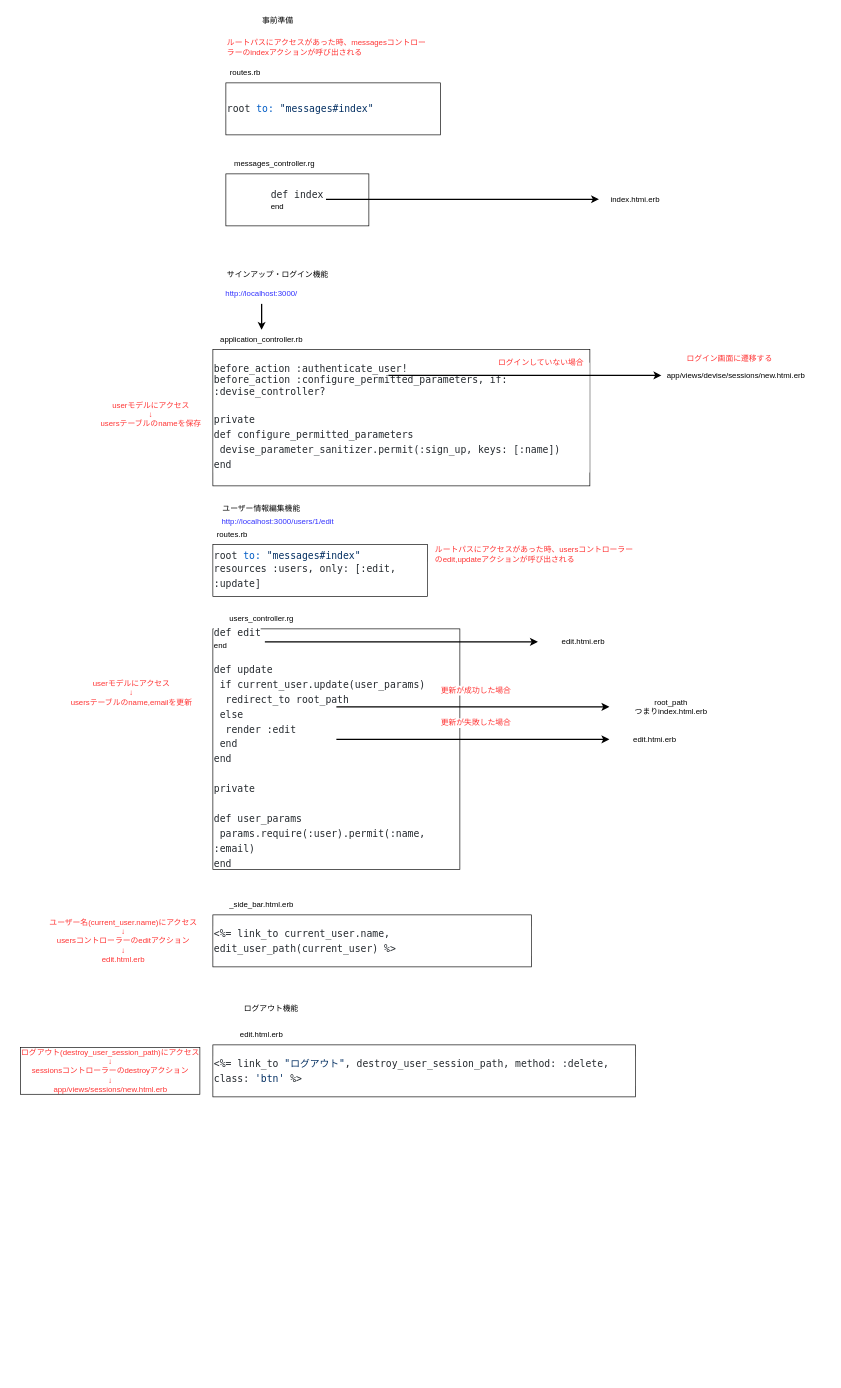
The draw.io diagram .dio in naoto7010code/chat-app3, before the edit. Source tidied: cells renumbered, new cells numbered last; positions are measured from the earlier drawing's top-left corner, leaving out a move shared by most shapes. Both pictures are drawn from the tidied source at 65%, with x=0, y=0 at pixel (11, 11).
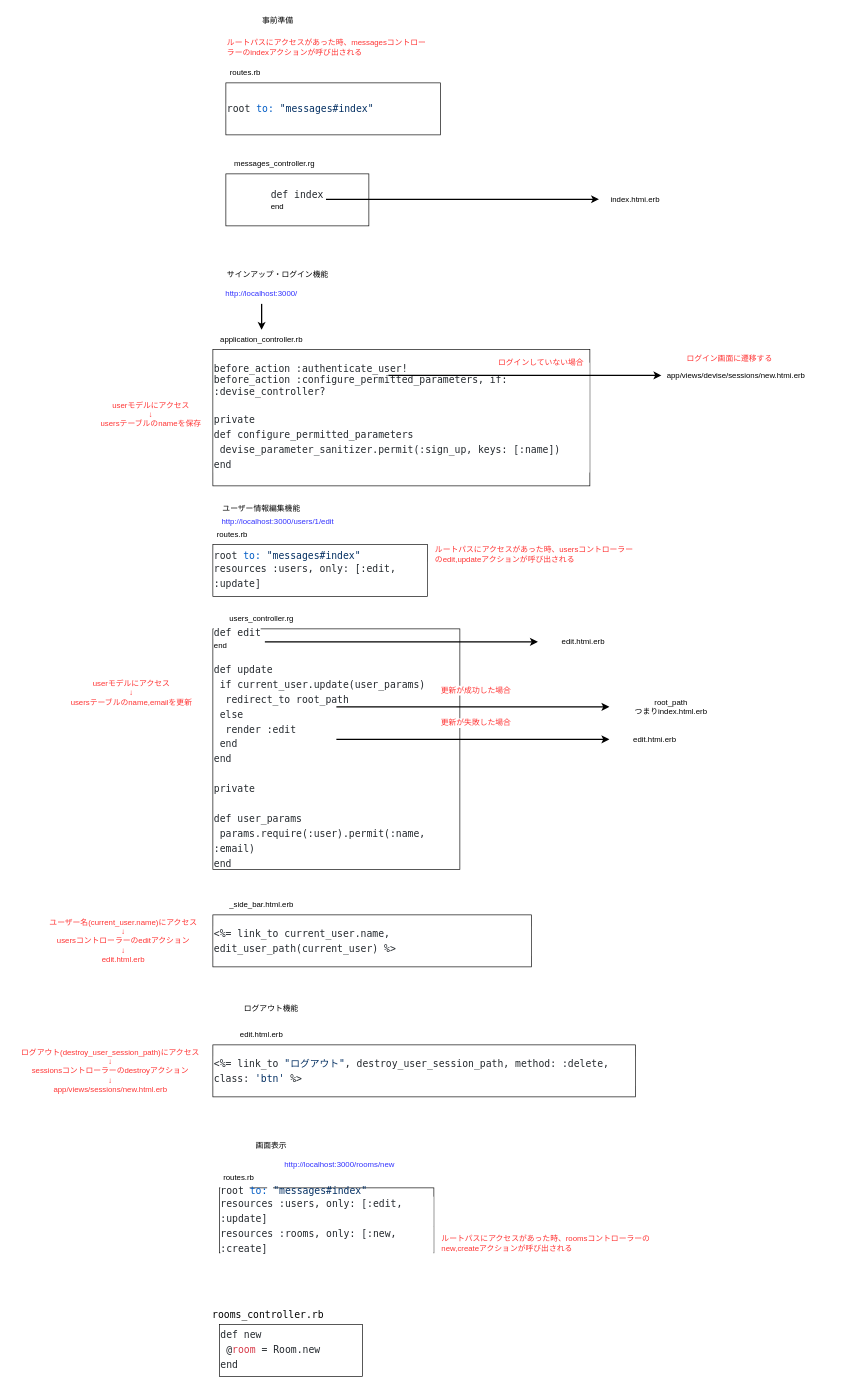
After the change.

Change to the diagram source:
```diff
@@
-    <mxCell id="38" value="ユーザー名(current_user.name)にアクセス&lt;br&gt;↓&lt;br&gt;usersコントローラーのeditアクション&lt;br&gt;↓&lt;br&gt;edit.html.erb" style="text;html=1;strokeColor=none;fillColor=none;align=center;verticalAlign=middle;whiteSpace=wrap;rounded=0;fontColor=#FF3333;labelBackgroundColor=default;" parent="1" vertex="1">
+    <mxCell id="38" value="ユーザー名(current_user.name)にアクセス&lt;br&gt;↓&lt;br&gt;usersコントローラーのeditアクション&lt;br&gt;↓&lt;br&gt;edit.html.erb" style="text;html=1;strokeColor=none;fillColor=none;align=center;verticalAlign=middle;whiteSpace=wrap;rounded=0;fontColor=#FF3333;labelBackgroundColor=none;" parent="1" vertex="1">
       <mxGeometry x="35" y="1380" width="275" height="100" as="geometry" />
     </mxCell>
@@
-    <mxCell id="42" value="ログアウト(destroy_user_session_path)にアクセス&lt;br&gt;↓&lt;br&gt;sessionsコントローラーのdestroyアクション&lt;br&gt;↓&lt;br&gt;app/views/sessions/new.html.erb" style="text;html=1;strokeColor=none;fillColor=none;align=center;verticalAlign=middle;whiteSpace=wrap;rounded=0;fontColor=#FF3333;labelBackgroundColor=default;labelBorderColor=default;" parent="1" vertex="1">
+    <mxCell id="42" value="ログアウト(destroy_user_session_path)にアクセス&lt;br&gt;↓&lt;br&gt;sessionsコントローラーのdestroyアクション&lt;br&gt;↓&lt;br&gt;app/views/sessions/new.html.erb" style="text;html=1;strokeColor=none;fillColor=none;align=center;verticalAlign=middle;whiteSpace=wrap;rounded=0;fontColor=#FF3333;labelBackgroundColor=none;labelBorderColor=none;" parent="1" vertex="1">
       <mxGeometry y="1580" width="305" height="100" as="geometry" />
     </mxCell>
+    <mxCell id="43" value="画面表示" style="text;html=1;strokeColor=none;fillColor=none;align=center;verticalAlign=middle;whiteSpace=wrap;rounded=0;" parent="1" vertex="1">
+      <mxGeometry x="310" y="1730" width="180" height="30" as="geometry" />
+    </mxCell>
+    <mxCell id="44" value="&lt;span style=&quot;background-color: rgb(255 , 255 , 255) ; color: rgb(36 , 41 , 46) ; font-family: &amp;#34;ricty diminished&amp;#34; , &amp;#34;menlo&amp;#34; , &amp;#34;monaco&amp;#34; , &amp;#34;courier new&amp;#34; , monospace ; font-size: 15px&quot;&gt;root &lt;/span&gt;&lt;span style=&quot;font-family: &amp;#34;ricty diminished&amp;#34; , &amp;#34;menlo&amp;#34; , &amp;#34;monaco&amp;#34; , &amp;#34;courier new&amp;#34; , monospace ; font-size: 15px ; color: rgb(0 , 92 , 197)&quot;&gt;to:&lt;/span&gt;&lt;span style=&quot;background-color: rgb(255 , 255 , 255) ; color: rgb(36 , 41 , 46) ; font-family: &amp;#34;ricty diminished&amp;#34; , &amp;#34;menlo&amp;#34; , &amp;#34;monaco&amp;#34; , &amp;#34;courier new&amp;#34; , monospace ; font-size: 15px&quot;&gt; &lt;/span&gt;&lt;span style=&quot;font-family: &amp;#34;ricty diminished&amp;#34; , &amp;#34;menlo&amp;#34; , &amp;#34;monaco&amp;#34; , &amp;#34;courier new&amp;#34; , monospace ; font-size: 15px ; color: rgb(3 , 47 , 98)&quot;&gt;&quot;messages#index&quot;&lt;br&gt;&lt;/span&gt;&lt;div style=&quot;color: rgb(36 , 41 , 46) ; background-color: rgb(255 , 255 , 255) ; font-family: &amp;#34;ricty diminished&amp;#34; , &amp;#34;menlo&amp;#34; , &amp;#34;monaco&amp;#34; , &amp;#34;courier new&amp;#34; , monospace ; font-size: 15px ; line-height: 23px&quot;&gt;resources :users, only: [:edit, :update]&lt;/div&gt;&lt;div style=&quot;color: rgb(36 , 41 , 46) ; background-color: rgb(255 , 255 , 255) ; font-family: &amp;#34;ricty diminished&amp;#34; , &amp;#34;menlo&amp;#34; , &amp;#34;monaco&amp;#34; , &amp;#34;courier new&amp;#34; , monospace ; font-size: 15px ; line-height: 23px&quot;&gt;&lt;div style=&quot;font-family: &amp;#34;ricty diminished&amp;#34; , &amp;#34;menlo&amp;#34; , &amp;#34;monaco&amp;#34; , &amp;#34;courier new&amp;#34; , monospace ; line-height: 23px&quot;&gt;resources :rooms, only: [:new, :create]&lt;/div&gt;&lt;/div&gt;" style="rounded=0;whiteSpace=wrap;html=1;align=left;" parent="1" vertex="1">
+      <mxGeometry x="320" y="1810" width="330" height="100" as="geometry" />
+    </mxCell>
+    <mxCell id="45" value="routes.rb" style="text;html=1;strokeColor=none;fillColor=none;align=center;verticalAlign=middle;whiteSpace=wrap;rounded=0;" parent="1" vertex="1">
+      <mxGeometry x="320" y="1780" width="60" height="30" as="geometry" />
+    </mxCell>
+    <mxCell id="46" value="&lt;div style=&quot;color: rgb(36 , 41 , 46) ; background-color: rgb(255 , 255 , 255) ; font-family: &amp;#34;ricty diminished&amp;#34; , &amp;#34;menlo&amp;#34; , &amp;#34;monaco&amp;#34; , &amp;#34;courier new&amp;#34; , monospace ; font-size: 15px ; line-height: 23px&quot;&gt;&lt;div&gt;def new&lt;/div&gt;&lt;div&gt;&amp;nbsp;@&lt;span style=&quot;color: #d73a49&quot;&gt;room&lt;/span&gt; = Room.new&lt;/div&gt;&lt;div&gt;end&lt;/div&gt;&lt;/div&gt;" style="rounded=0;whiteSpace=wrap;html=1;align=left;" parent="1" vertex="1">
+      <mxGeometry x="320" y="2020" width="220" height="80" as="geometry" />
+    </mxCell>
+    <mxCell id="47" value="&lt;div style=&quot;background-color: rgb(255, 255, 255); font-family: &amp;quot;ricty diminished&amp;quot;, menlo, monaco, &amp;quot;courier new&amp;quot;, monospace; font-size: 15px; line-height: 23px;&quot;&gt;&lt;span style=&quot;&quot;&gt;rooms_controller.rb&lt;/span&gt;&lt;/div&gt;" style="text;html=1;strokeColor=none;fillColor=none;align=center;verticalAlign=middle;whiteSpace=wrap;rounded=0;fontColor=#000000;" parent="1" vertex="1">
+      <mxGeometry x="320" y="1990" width="150" height="30" as="geometry" />
+    </mxCell>
+    <mxCell id="48" value="&lt;font color=&quot;#3333ff&quot;&gt;http://localhost:3000/rooms/new&lt;/font&gt;" style="text;html=1;strokeColor=none;fillColor=none;align=center;verticalAlign=middle;whiteSpace=wrap;rounded=0;fontColor=#FF3333;" parent="1" vertex="1">
+      <mxGeometry x="400" y="1760" width="210" height="30" as="geometry" />
+    </mxCell>
+    <mxCell id="49" value="ルートパスにアクセスがあった時、roomsコントローラーのnew,createアクションが呼び出される" style="text;html=1;strokeColor=none;fillColor=none;align=left;verticalAlign=middle;whiteSpace=wrap;rounded=0;fontColor=#FF3333;" parent="1" vertex="1">
+      <mxGeometry x="660" y="1880" width="330" height="30" as="geometry" />
+    </mxCell>
```
